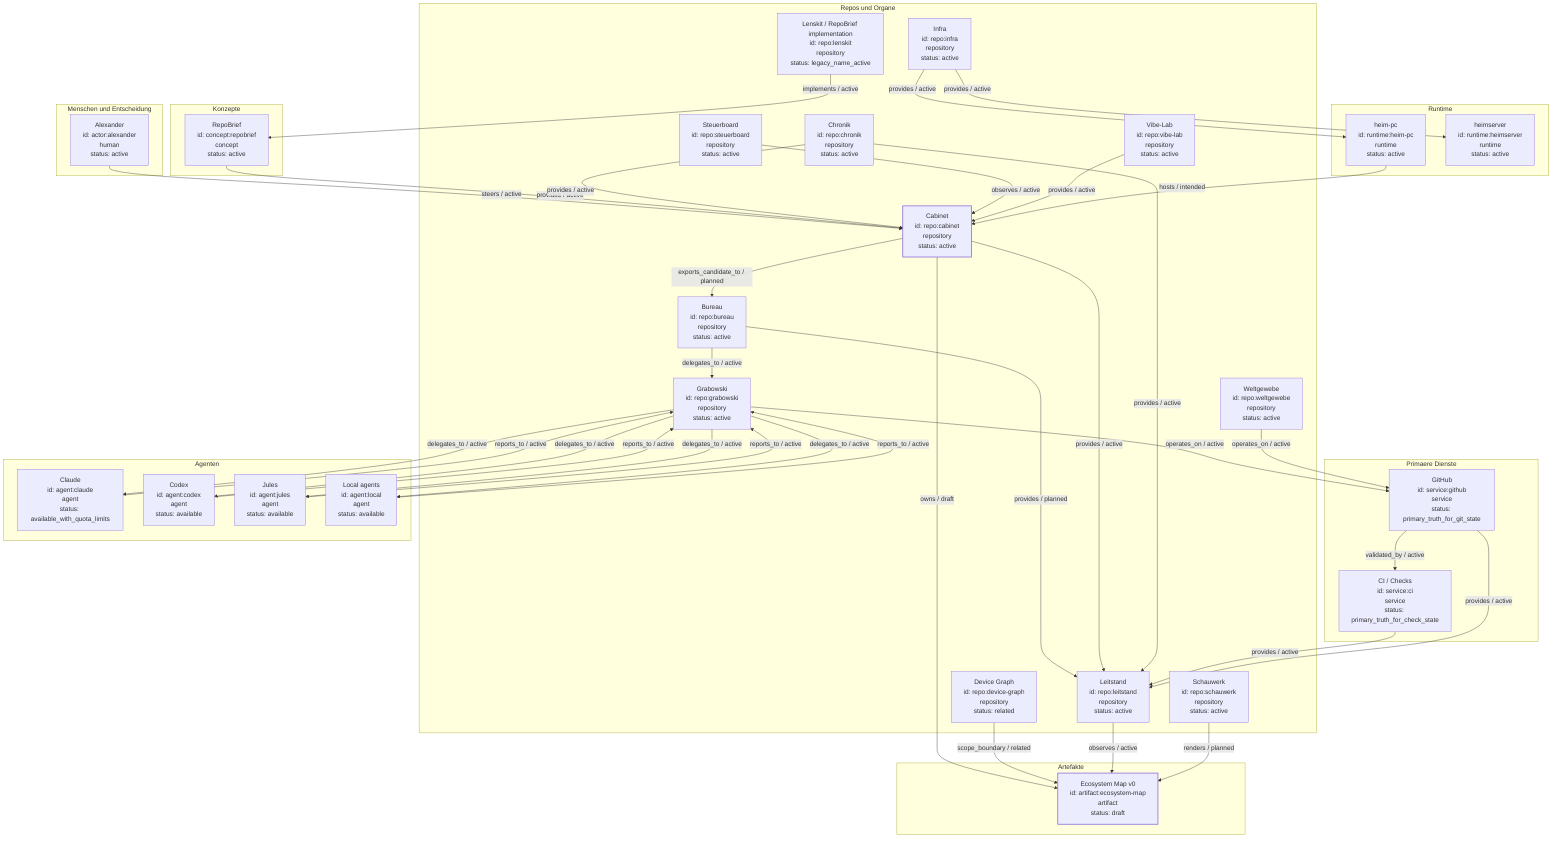
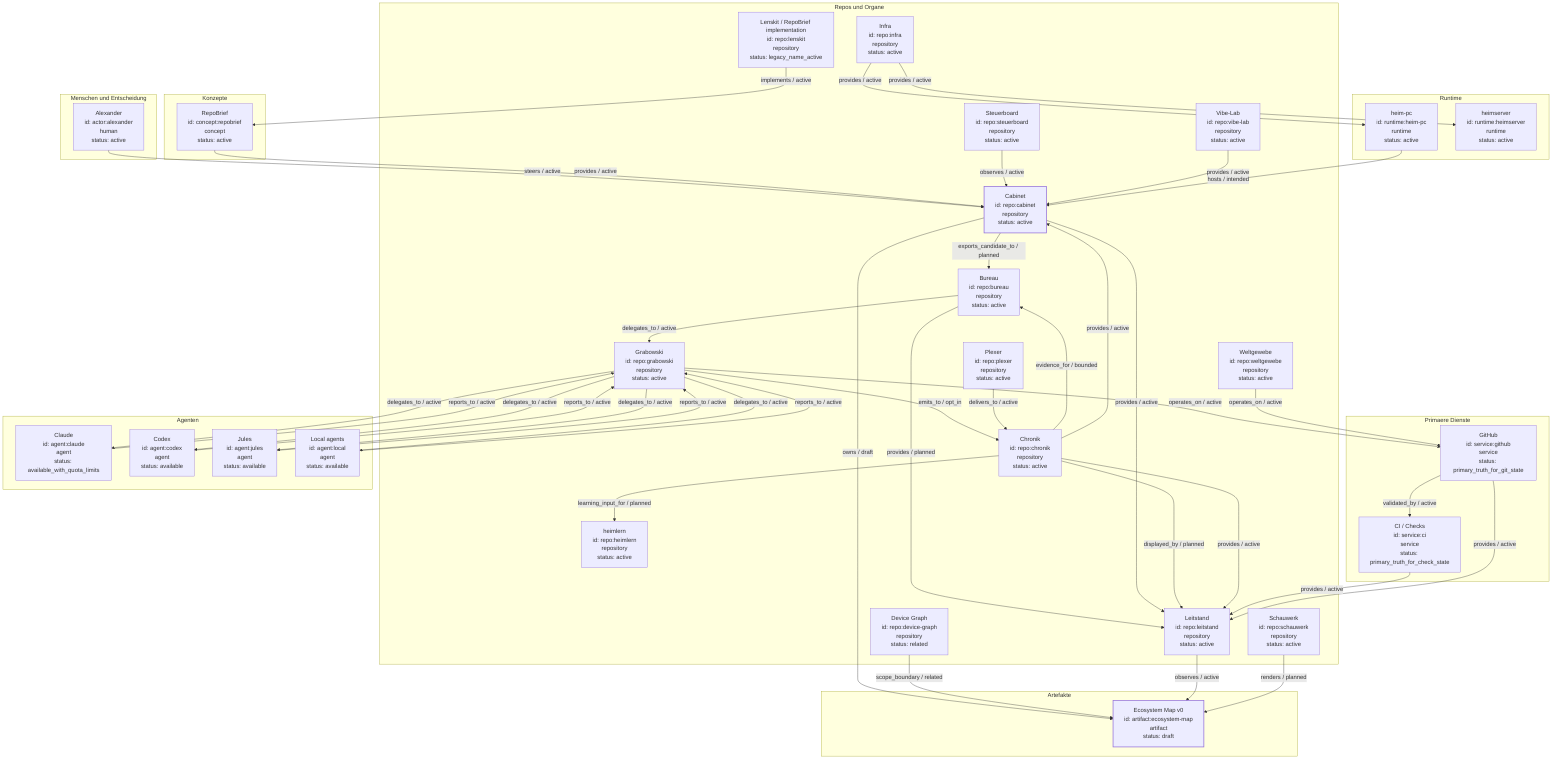
flowchart TD
    %% GENERATED FILE. Do not edit manually.
    %% GENERATED: scripts/render_ecosystem_registry_map.py
    %% Run: python3 scripts/render_ecosystem_registry_map.py
    %% Source: registry/ecosystem/nodes.json + registry/ecosystem/edges.json
    %% Boundary: this projection does not establish claim truth, runtime correctness or merge readiness.

    subgraph kind_human[Menschen und Entscheidung]
        actor_alexander["Alexander<br/>id: actor:alexander<br/>human<br/>status: active"]
    end

    subgraph kind_repository[Repos und Organe]
        repo_bureau["Bureau<br/>id: repo:bureau<br/>repository<br/>status: active"]
        repo_cabinet["Cabinet<br/>id: repo:cabinet<br/>repository<br/>status: active"]
        repo_chronik["Chronik<br/>id: repo:chronik<br/>repository<br/>status: active"]
        repo_device_graph["Device Graph<br/>id: repo:device-graph<br/>repository<br/>status: related"]
        repo_grabowski["Grabowski<br/>id: repo:grabowski<br/>repository<br/>status: active"]
+         repo_heimlern["heimlern<br/>id: repo:heimlern<br/>repository<br/>status: active"]
        repo_infra["Infra<br/>id: repo:infra<br/>repository<br/>status: active"]
        repo_leitstand["Leitstand<br/>id: repo:leitstand<br/>repository<br/>status: active"]
        repo_lenskit["Lenskit / RepoBrief implementation<br/>id: repo:lenskit<br/>repository<br/>status: legacy_name_active"]
+         repo_plexer["Plexer<br/>id: repo:plexer<br/>repository<br/>status: active"]
        repo_schauwerk["Schauwerk<br/>id: repo:schauwerk<br/>repository<br/>status: active"]
        repo_steuerboard["Steuerboard<br/>id: repo:steuerboard<br/>repository<br/>status: active"]
        repo_vibe_lab["Vibe-Lab<br/>id: repo:vibe-lab<br/>repository<br/>status: active"]
        repo_weltgewebe["Weltgewebe<br/>id: repo:weltgewebe<br/>repository<br/>status: active"]
    end

    subgraph kind_concept[Konzepte]
        concept_repobrief["RepoBrief<br/>id: concept:repobrief<br/>concept<br/>status: active"]
    end

    subgraph kind_artifact[Artefakte]
        artifact_ecosystem_map["Ecosystem Map v0<br/>id: artifact:ecosystem-map<br/>artifact<br/>status: draft"]
    end

    subgraph kind_service[Primaere Dienste]
        service_ci["CI / Checks<br/>id: service:ci<br/>service<br/>status: primary_truth_for_check_state"]
        service_github["GitHub<br/>id: service:github<br/>service<br/>status: primary_truth_for_git_state"]
    end

    subgraph kind_runtime[Runtime]
        runtime_heim_pc["heim-pc<br/>id: runtime:heim-pc<br/>runtime<br/>status: active"]
        runtime_heimserver["heimserver<br/>id: runtime:heimserver<br/>runtime<br/>status: active"]
    end

    subgraph kind_agent[Agenten]
        agent_claude["Claude<br/>id: agent:claude<br/>agent<br/>status: available_with_quota_limits"]
        agent_codex["Codex<br/>id: agent:codex<br/>agent<br/>status: available"]
        agent_jules["Jules<br/>id: agent:jules<br/>agent<br/>status: available"]
        agent_local["Local agents<br/>id: agent:local<br/>agent<br/>status: available"]
    end

    actor_alexander -->|steers / active| repo_cabinet
    agent_claude -->|reports_to / active| repo_grabowski
    agent_codex -->|reports_to / active| repo_grabowski
    agent_jules -->|reports_to / active| repo_grabowski
    agent_local -->|reports_to / active| repo_grabowski
    concept_repobrief -->|provides / active| repo_cabinet
    repo_bureau -->|delegates_to / active| repo_grabowski
    repo_bureau -->|provides / planned| repo_leitstand
    repo_cabinet -->|owns / draft| artifact_ecosystem_map
    repo_cabinet -->|exports_candidate_to / planned| repo_bureau
    repo_cabinet -->|provides / active| repo_leitstand
+     repo_chronik -->|evidence_for / bounded| repo_bureau
    repo_chronik -->|provides / active| repo_cabinet
+     repo_chronik -->|learning_input_for / planned| repo_heimlern
+     repo_chronik -->|displayed_by / planned| repo_leitstand
    repo_chronik -->|provides / active| repo_leitstand
    repo_device_graph -->|scope_boundary / related| artifact_ecosystem_map
    repo_grabowski -->|delegates_to / active| agent_claude
    repo_grabowski -->|delegates_to / active| agent_codex
    repo_grabowski -->|delegates_to / active| agent_jules
    repo_grabowski -->|delegates_to / active| agent_local
+     repo_grabowski -->|emits_to / opt_in| repo_chronik
    repo_grabowski -->|operates_on / active| service_github
    repo_infra -->|provides / active| runtime_heim_pc
    repo_infra -->|provides / active| runtime_heimserver
    repo_leitstand -->|observes / active| artifact_ecosystem_map
    repo_lenskit -->|implements / active| concept_repobrief
+     repo_plexer -->|delivers_to / active| repo_chronik
    repo_schauwerk -->|renders / planned| artifact_ecosystem_map
    repo_steuerboard -->|observes / active| repo_cabinet
    repo_vibe_lab -->|provides / active| repo_cabinet
    repo_weltgewebe -->|operates_on / active| service_github
    runtime_heim_pc -->|hosts / intended| repo_cabinet
    service_ci -->|provides / active| repo_leitstand
    service_github -->|provides / active| repo_leitstand
    service_github -->|validated_by / active| service_ci

    %% Visual anchor only; does not establish canonical truth.
    classDef mapAnchor stroke-width:2px;
    class repo_cabinet,artifact_ecosystem_map mapAnchor;
